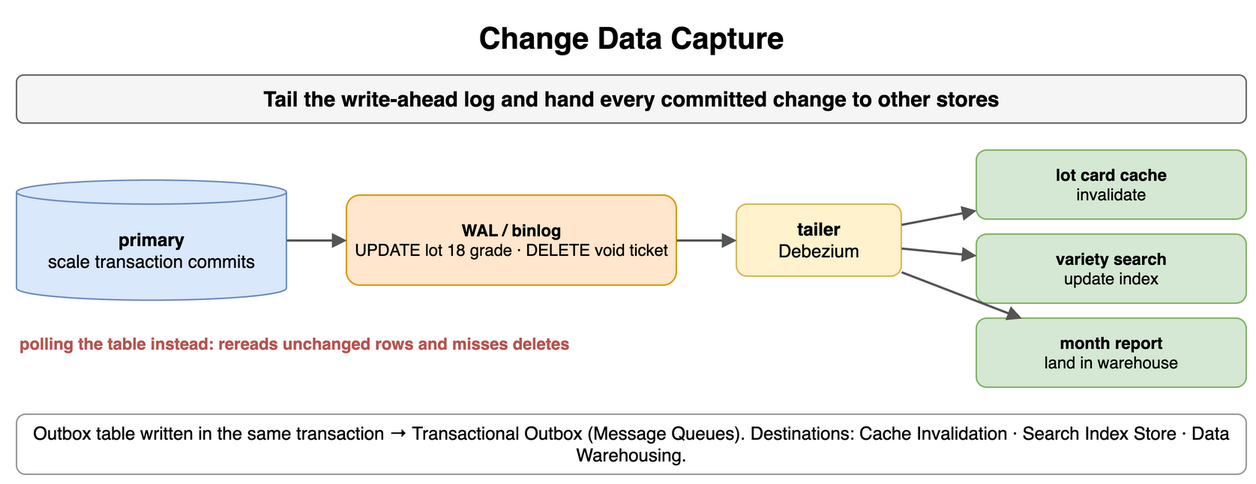
The draw.io diagram content/09_System_Design_Interview/13_Storage_and_Data_Processing_at_Scale/diagrams/storage-processing-9-change-data-capture.png in amendez13/swe-study-guide, before a commit. Source tidied: cells renumbered, new cells last; positions are measured from the earlier drawing's top-left corner, leaving out a move shared by most shapes.
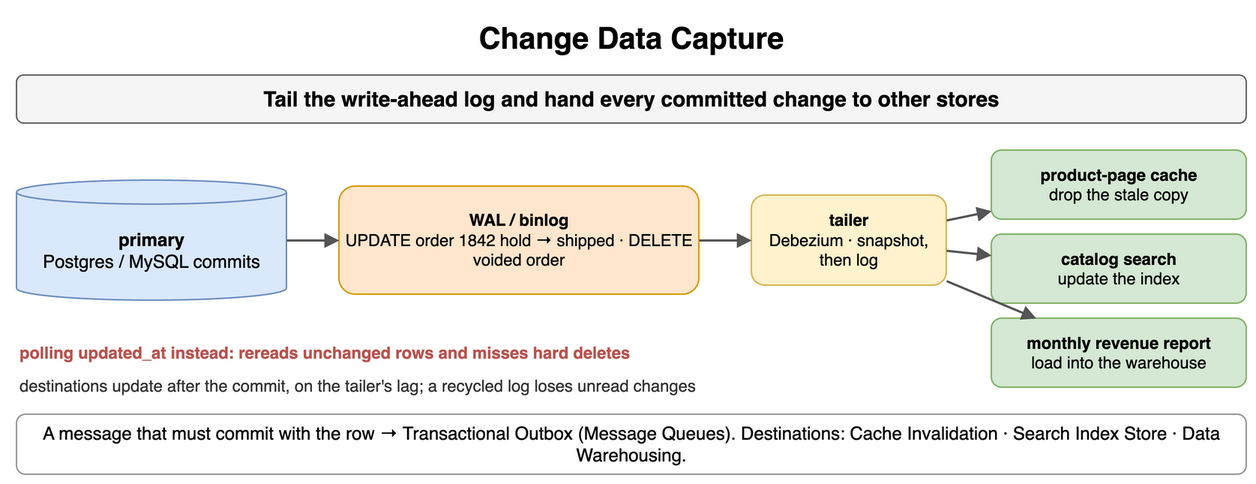
Later version of the same file.

Diff of the diagram source:
```diff
@@ -8,14 +8,14 @@
     <mxCell id="3" value="Tail the write-ahead log and hand every committed change to other stores" style="rounded=1;whiteSpace=wrap;html=1;fillColor=#f5f5f5;strokeColor=#666666;fontStyle=1;fontSize=14;" parent="1" vertex="1">
       <mxGeometry y="40" width="820" height="32" as="geometry" />
     </mxCell>
-    <mxCell id="4" value="primary&lt;br&gt;&lt;span style='font-weight:normal'&gt;scale transaction commits&lt;/span&gt;" style="shape=cylinder3;whiteSpace=wrap;html=1;boundedLbl=1;backgroundOutline=1;size=8;fillColor=#dae8fc;strokeColor=#6c8ebf;fontStyle=1;fontSize=12;" parent="1" vertex="1">
+    <mxCell id="4" value="primary&lt;br&gt;&lt;span style='font-weight:normal'&gt;Postgres / MySQL commits&lt;/span&gt;" style="shape=cylinder3;whiteSpace=wrap;html=1;boundedLbl=1;backgroundOutline=1;size=8;fillColor=#dae8fc;strokeColor=#6c8ebf;fontStyle=1;fontSize=12;" parent="1" vertex="1">
       <mxGeometry y="110" width="180" height="80" as="geometry" />
     </mxCell>
-    <mxCell id="5" value="WAL / binlog&lt;br&gt;&lt;span style='font-weight:normal'&gt;UPDATE lot 18 grade · DELETE void ticket&lt;/span&gt;" style="rounded=1;whiteSpace=wrap;html=1;fillColor=#ffe6cc;strokeColor=#d79b00;fontSize=11;align=center;fontStyle=1;" parent="1" vertex="1">
-      <mxGeometry x="220" y="120" width="220" height="60" as="geometry" />
+    <mxCell id="5" value="WAL / binlog&lt;br&gt;&lt;span style='font-weight:normal'&gt;UPDATE order 1842 hold → shipped · DELETE voided order&lt;/span&gt;" style="rounded=1;whiteSpace=wrap;html=1;fillColor=#ffe6cc;strokeColor=#d79b00;fontSize=11;align=center;fontStyle=1;" parent="1" vertex="1">
+      <mxGeometry x="215" y="114" width="240" height="72" as="geometry" />
     </mxCell>
-    <mxCell id="6" value="tailer&lt;br&gt;&lt;span style='font-weight:normal'&gt;Debezium&lt;/span&gt;" style="rounded=1;whiteSpace=wrap;html=1;fillColor=#fff2cc;strokeColor=#d6b656;fontSize=12;align=center;fontStyle=1;" parent="1" vertex="1">
-      <mxGeometry x="480" y="126" width="110" height="48" as="geometry" />
+    <mxCell id="6" value="tailer&lt;br&gt;&lt;span style='font-weight:normal'&gt;Debezium · snapshot, then log&lt;/span&gt;" style="rounded=1;whiteSpace=wrap;html=1;fillColor=#fff2cc;strokeColor=#d6b656;fontSize=11;align=center;fontStyle=1;" parent="1" vertex="1">
+      <mxGeometry x="490" y="120" width="130" height="60" as="geometry" />
     </mxCell>
     <mxCell id="7" style="endArrow=block;endSize=6;html=1;strokeWidth=1.5;strokeColor=#555555;fontSize=11;labelBackgroundColor=#ffffff;" parent="1" edge="1" source="4" target="5">
       <mxGeometry relative="1" as="geometry" />
@@ -23,29 +23,32 @@
     <mxCell id="8" style="endArrow=block;endSize=6;html=1;strokeWidth=1.5;strokeColor=#555555;fontSize=11;labelBackgroundColor=#ffffff;" parent="1" edge="1" source="5" target="6">
       <mxGeometry relative="1" as="geometry" />
     </mxCell>
-    <mxCell id="9" value="lot card cache&lt;br&gt;&lt;span style='font-weight:normal'&gt;invalidate&lt;/span&gt;" style="rounded=1;whiteSpace=wrap;html=1;fillColor=#d5e8d4;strokeColor=#82b366;fontSize=11;align=center;fontStyle=1;" parent="1" vertex="1">
-      <mxGeometry x="640" y="90" width="180" height="46" as="geometry" />
+    <mxCell id="9" value="product-page cache&lt;br&gt;&lt;span style='font-weight:normal'&gt;drop the stale copy&lt;/span&gt;" style="rounded=1;whiteSpace=wrap;html=1;fillColor=#d5e8d4;strokeColor=#82b366;fontSize=11;align=center;fontStyle=1;" parent="1" vertex="1">
+      <mxGeometry x="650" y="90" width="170" height="46" as="geometry" />
     </mxCell>
     <mxCell id="10" style="endArrow=block;endSize=6;html=1;strokeWidth=1.5;strokeColor=#555555;fontSize=11;labelBackgroundColor=#ffffff;" parent="1" edge="1" source="6" target="9">
       <mxGeometry relative="1" as="geometry" />
     </mxCell>
-    <mxCell id="11" value="variety search&lt;br&gt;&lt;span style='font-weight:normal'&gt;update index&lt;/span&gt;" style="rounded=1;whiteSpace=wrap;html=1;fillColor=#d5e8d4;strokeColor=#82b366;fontSize=11;align=center;fontStyle=1;" parent="1" vertex="1">
-      <mxGeometry x="640" y="146" width="180" height="46" as="geometry" />
+    <mxCell id="11" value="catalog search&lt;br&gt;&lt;span style='font-weight:normal'&gt;update the index&lt;/span&gt;" style="rounded=1;whiteSpace=wrap;html=1;fillColor=#d5e8d4;strokeColor=#82b366;fontSize=11;align=center;fontStyle=1;" parent="1" vertex="1">
+      <mxGeometry x="650" y="146" width="170" height="46" as="geometry" />
     </mxCell>
     <mxCell id="12" style="endArrow=block;endSize=6;html=1;strokeWidth=1.5;strokeColor=#555555;fontSize=11;labelBackgroundColor=#ffffff;" parent="1" edge="1" source="6" target="11">
       <mxGeometry relative="1" as="geometry" />
     </mxCell>
-    <mxCell id="13" value="month report&lt;br&gt;&lt;span style='font-weight:normal'&gt;land in warehouse&lt;/span&gt;" style="rounded=1;whiteSpace=wrap;html=1;fillColor=#d5e8d4;strokeColor=#82b366;fontSize=11;align=center;fontStyle=1;" parent="1" vertex="1">
-      <mxGeometry x="640" y="202" width="180" height="46" as="geometry" />
+    <mxCell id="13" value="monthly revenue report&lt;br&gt;&lt;span style='font-weight:normal'&gt;load into the warehouse&lt;/span&gt;" style="rounded=1;whiteSpace=wrap;html=1;fillColor=#d5e8d4;strokeColor=#82b366;fontSize=11;align=center;fontStyle=1;" parent="1" vertex="1">
+      <mxGeometry x="650" y="202" width="170" height="46" as="geometry" />
     </mxCell>
     <mxCell id="14" style="endArrow=block;endSize=6;html=1;strokeWidth=1.5;strokeColor=#555555;fontSize=11;labelBackgroundColor=#ffffff;" parent="1" edge="1" source="6" target="13">
       <mxGeometry relative="1" as="geometry" />
     </mxCell>
-    <mxCell id="15" value="polling the table instead: rereads unchanged rows and misses deletes" style="text;html=1;whiteSpace=wrap;fontSize=11;align=left;verticalAlign=middle;fontSize=11;fontColor=#b85450;fontStyle=1;" parent="1" vertex="1">
-      <mxGeometry y="210" width="600" height="18" as="geometry" />
+    <mxCell id="15" value="polling updated_at instead: rereads unchanged rows and misses hard deletes" style="text;html=1;whiteSpace=wrap;fontSize=11;align=left;verticalAlign=middle;fontSize=11;fontColor=#b85450;fontStyle=1;" parent="1" vertex="1">
+      <mxGeometry y="216" width="620" height="18" as="geometry" />
     </mxCell>
-    <mxCell id="16" value="Outbox table written in the same transaction → Transactional Outbox (Message Queues). Destinations: Cache Invalidation · Search Index Store · Data Warehousing." style="rounded=1;whiteSpace=wrap;html=1;fillColor=#ffffff;strokeColor=#999999;fontSize=12;align=center;" parent="1" vertex="1">
-      <mxGeometry y="266" width="820" height="40" as="geometry" />
+    <mxCell id="16" value="destinations update after the commit, on the tailer's lag; a recycled log loses unread changes" style="text;html=1;whiteSpace=wrap;fontSize=11;align=left;verticalAlign=middle;fontSize=11;fontColor=#333333;" parent="1" vertex="1">
+      <mxGeometry y="238" width="620" height="18" as="geometry" />
     </mxCell>
+    <mxCell id="17" value="A message that must commit with the row → Transactional Outbox (Message Queues). Destinations: Cache Invalidation · Search Index Store · Data Warehousing." style="rounded=1;whiteSpace=wrap;html=1;fillColor=#ffffff;strokeColor=#999999;fontSize=12;align=center;" parent="1" vertex="1">
+      <mxGeometry y="266" width="820" height="40" as="geometry" />
+    </mxCell>
   </root>
 </mxGraphModel>
```
